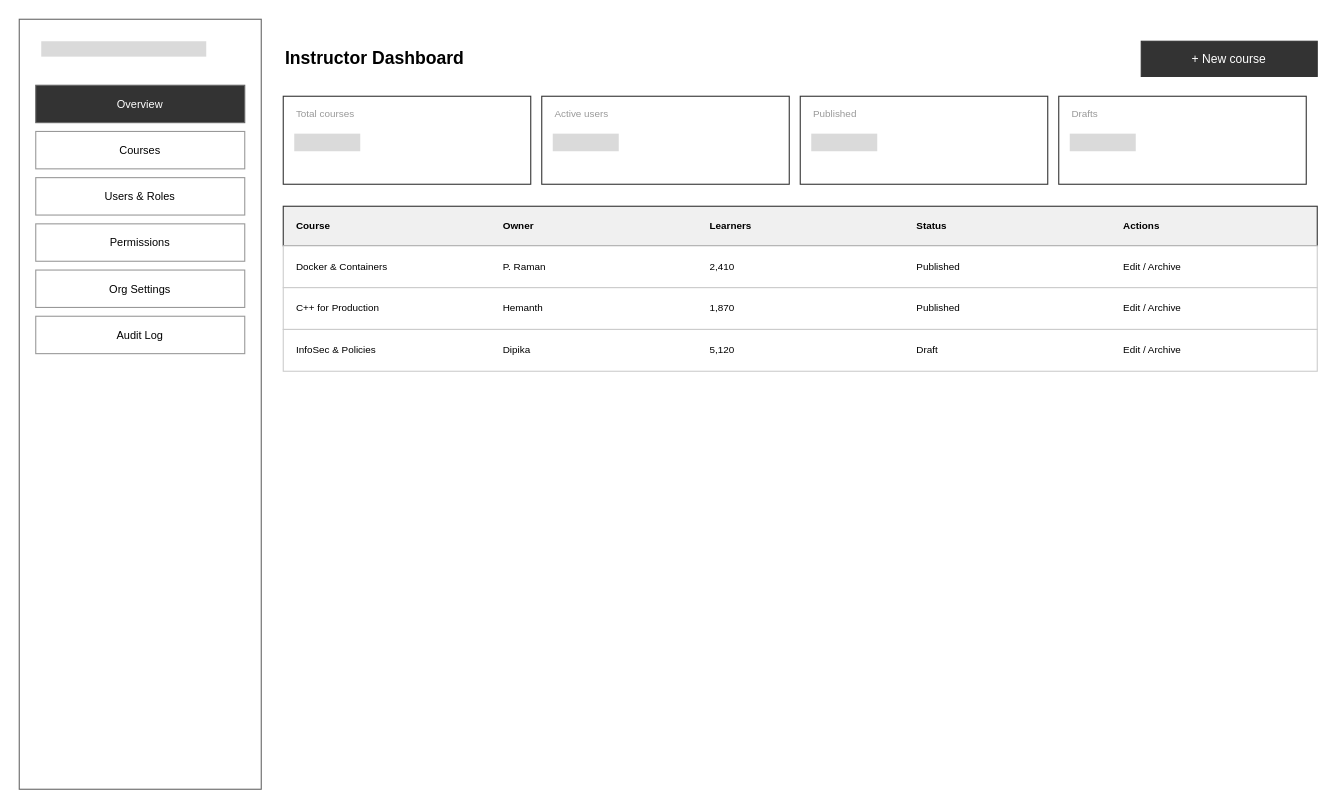
Earlier version of the draw.io diagram page "3 Instuctor Dashboard" (3 of 11) of docs/CourseWebsite_WireDiagram.drawio.xml (ShaniCodeBreaker/Coursify). Source tidied: cells renumbered, new cells numbered last; positions are measured from the earlier drawing's top-left corner, leaving out a move shared by most shapes. Both pictures are drawn from the tidied source at 110%, with x=0, y=0 at pixel (19, 19).
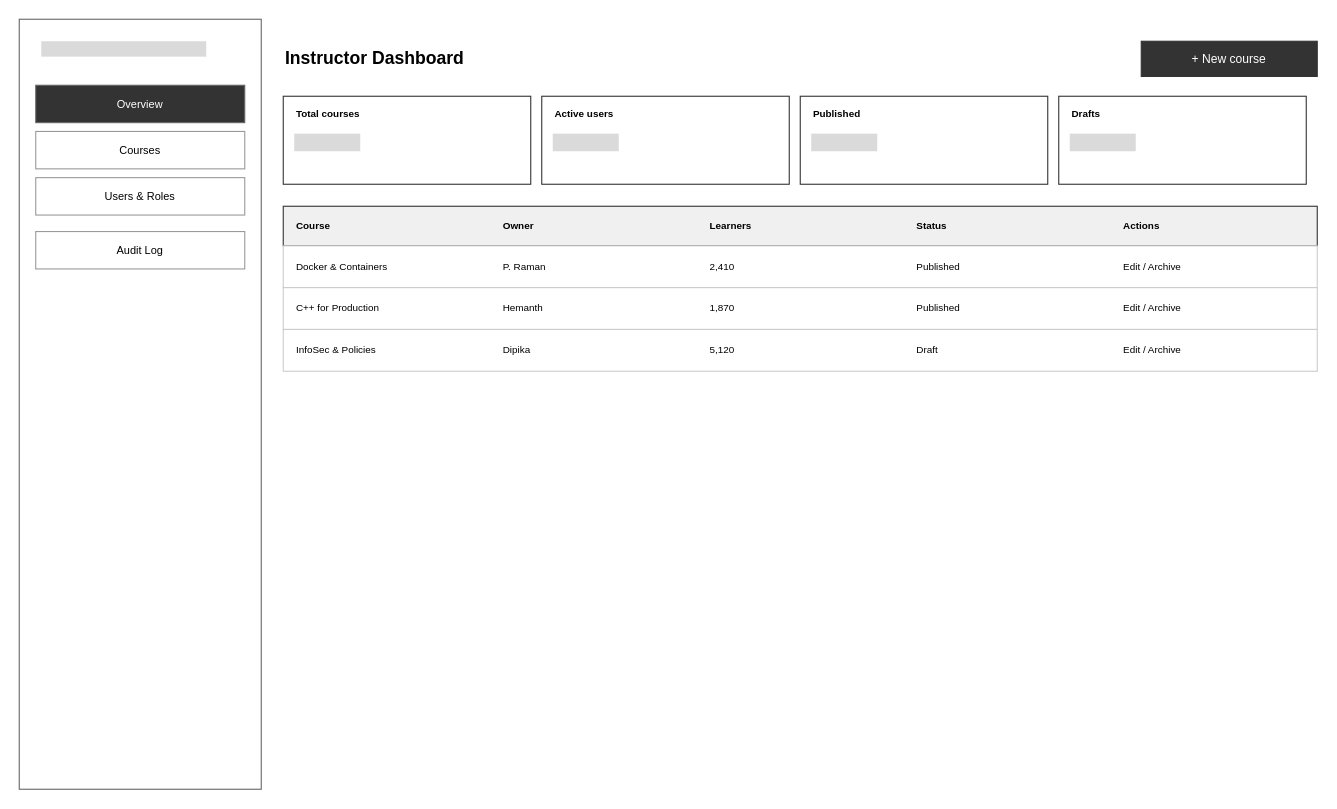
The same page after the edit.

What changed in the source:
```diff
@@
-    <mxCell id="7" value="Permissions" style="rounded=0;whiteSpace=wrap;html=1;fillColor=#FFFFFF;strokeColor=#666666;fontSize=11;align=center;verticalAlign=middle;fillColor=#FFFFFF;strokeColor=#999999;fontSize=10;" parent="1" vertex="1">
-      <mxGeometry x="15" y="186" width="190" height="34" as="geometry" />
-    </mxCell>
-    <mxCell id="8" value="Org Settings" style="rounded=0;whiteSpace=wrap;html=1;fillColor=#FFFFFF;strokeColor=#666666;fontSize=11;align=center;verticalAlign=middle;fillColor=#FFFFFF;strokeColor=#999999;fontSize=10;" parent="1" vertex="1">
-      <mxGeometry x="15" y="228" width="190" height="34" as="geometry" />
-    </mxCell>
     <mxCell id="9" value="Audit Log" style="rounded=0;whiteSpace=wrap;html=1;fillColor=#FFFFFF;strokeColor=#666666;fontSize=11;align=center;verticalAlign=middle;fillColor=#FFFFFF;strokeColor=#999999;fontSize=10;" parent="1" vertex="1">
-      <mxGeometry x="15" y="270" width="190" height="34" as="geometry" />
+      <mxGeometry x="15" y="193" width="190" height="34" as="geometry" />
     </mxCell>
@@
-    <mxCell id="13" value="Total courses" style="text;html=1;fillColor=none;strokeColor=none;fontSize=12;fontStyle=1;align=left;verticalAlign=middle;fontSize=9;fontStyle=0;fontColor=#999999;" parent="1" vertex="1">
+    <mxCell id="13" value="&lt;b style=&quot;color: light-dark(rgb(0, 0, 0), rgb(18, 18, 18));&quot;&gt;Total courses&lt;/b&gt;" style="text;html=1;fillColor=none;strokeColor=none;fontSize=12;fontStyle=1;align=left;verticalAlign=middle;fontSize=9;fontStyle=0;fontColor=#999999;" parent="1" vertex="1">
       <mxGeometry x="250" y="78" width="205" height="16" as="geometry" />
     </mxCell>
@@
-    <mxCell id="16" value="Active users" style="text;html=1;fillColor=none;strokeColor=none;fontSize=12;fontStyle=1;align=left;verticalAlign=middle;fontSize=9;fontStyle=0;fontColor=#999999;" parent="1" vertex="1">
+    <mxCell id="16" value="&lt;b style=&quot;color: light-dark(rgb(0, 0, 0), rgb(18, 18, 18));&quot;&gt;Active users&lt;/b&gt;" style="text;html=1;fillColor=none;strokeColor=none;fontSize=12;fontStyle=1;align=left;verticalAlign=middle;fontSize=9;fontStyle=0;fontColor=#999999;" parent="1" vertex="1">
       <mxGeometry x="485" y="78" width="205" height="16" as="geometry" />
     </mxCell>
@@
-    <mxCell id="19" value="Published" style="text;html=1;fillColor=none;strokeColor=none;fontSize=12;fontStyle=1;align=left;verticalAlign=middle;fontSize=9;fontStyle=0;fontColor=#999999;" parent="1" vertex="1">
+    <mxCell id="19" value="&lt;b style=&quot;color: light-dark(rgb(0, 0, 0), rgb(18, 18, 18));&quot;&gt;Published&lt;/b&gt;" style="text;html=1;fillColor=none;strokeColor=none;fontSize=12;fontStyle=1;align=left;verticalAlign=middle;fontSize=9;fontStyle=0;fontColor=#999999;" parent="1" vertex="1">
       <mxGeometry x="720" y="78" width="205" height="16" as="geometry" />
     </mxCell>
@@
-    <mxCell id="22" value="Drafts" style="text;html=1;fillColor=none;strokeColor=none;fontSize=12;fontStyle=1;align=left;verticalAlign=middle;fontSize=9;fontStyle=0;fontColor=#999999;" parent="1" vertex="1">
+    <mxCell id="22" value="&lt;b style=&quot;color: light-dark(rgb(0, 0, 0), rgb(18, 18, 18));&quot;&gt;Drafts&lt;/b&gt;" style="text;html=1;fillColor=none;strokeColor=none;fontSize=12;fontStyle=1;align=left;verticalAlign=middle;fontSize=9;fontStyle=0;fontColor=#999999;" parent="1" vertex="1">
       <mxGeometry x="955" y="78" width="205" height="16" as="geometry" />
     </mxCell>
```
